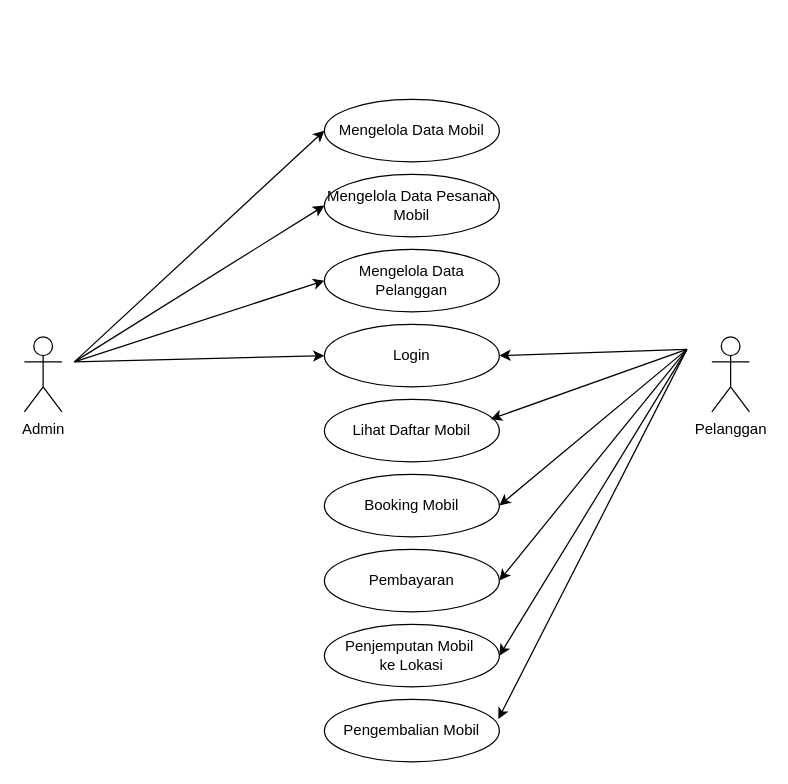
Before: Use Case Diagram.drawio in AstinaWahyuni/Proyek, a draw.io diagram. Source tidied: cells renumbered, new cells numbered last; positions are measured from the earlier drawing's top-left corner, leaving out a move shared by most shapes. Both pictures are drawn from the tidied source at 125%, with x=0, y=0 at pixel (24, 99).
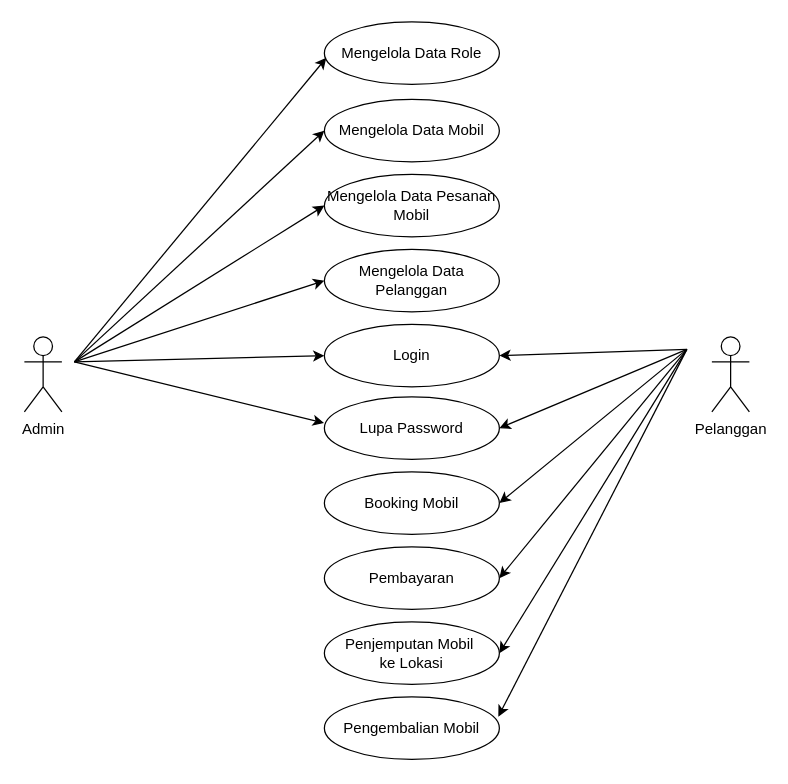
After the change.

Change to the diagram source:
```diff
@@
     <mxCell id="12" value="Booking Mobil" style="ellipse;whiteSpace=wrap;html=1;" parent="1" vertex="1">
-      <mxGeometry x="240" y="300" width="140" height="50" as="geometry" />
+      <mxGeometry x="240" y="298" width="140" height="50" as="geometry" />
     </mxCell>
     <mxCell id="13" value="Pembayaran" style="ellipse;whiteSpace=wrap;html=1;" parent="1" vertex="1">
-      <mxGeometry x="240" y="360" width="140" height="50" as="geometry" />
+      <mxGeometry x="240" y="358" width="140" height="50" as="geometry" />
     </mxCell>
@@
-    <mxCell id="15" value="Lihat Daftar Mobil" style="ellipse;whiteSpace=wrap;html=1;" parent="1" vertex="1">
-      <mxGeometry x="240" y="240" width="140" height="50" as="geometry" />
-    </mxCell>
-    <mxCell id="16" style="endArrow=none;html=1;rounded=0;startArrow=classic;startFill=1;exitX=0.951;exitY=0.316;exitDx=0;exitDy=0;exitPerimeter=0;" parent="1" edge="1" source="15">
-      <mxGeometry relative="1" as="geometry">
-        <mxPoint x="530" y="200" as="targetPoint" />
-      </mxGeometry>
-    </mxCell>
     <mxCell id="17" value="Penjemputan Mobil&amp;nbsp;&lt;div&gt;ke Lokasi&lt;/div&gt;" style="ellipse;whiteSpace=wrap;html=1;" parent="1" vertex="1">
-      <mxGeometry x="240" y="420" width="140" height="50" as="geometry" />
+      <mxGeometry x="240" y="418" width="140" height="50" as="geometry" />
     </mxCell>
     <mxCell id="18" value="Pengembalian Mobil" style="ellipse;whiteSpace=wrap;html=1;" parent="1" vertex="1">
-      <mxGeometry x="240" y="480" width="140" height="50" as="geometry" />
+      <mxGeometry x="240" y="478" width="140" height="50" as="geometry" />
     </mxCell>
@@
+    <mxCell id="23" value="Mengelola Data Role" style="ellipse;whiteSpace=wrap;html=1;" parent="1" vertex="1">
+      <mxGeometry x="240" y="-62" width="140" height="50" as="geometry" />
+    </mxCell>
+    <mxCell id="24" style="endArrow=classic;html=1;rounded=0;entryX=0.011;entryY=0.576;entryDx=0;entryDy=0;entryPerimeter=0;" parent="1" edge="1" target="23">
+      <mxGeometry relative="1" as="geometry">
+        <mxPoint x="40" y="210" as="sourcePoint" />
+      </mxGeometry>
+    </mxCell>
+    <mxCell id="25" value="Lupa Password" style="ellipse;whiteSpace=wrap;html=1;" parent="1" vertex="1">
+      <mxGeometry x="240" y="238" width="140" height="50" as="geometry" />
+    </mxCell>
+    <mxCell id="26" style="endArrow=classic;html=1;rounded=0;entryX=-0.002;entryY=0.418;entryDx=0;entryDy=0;entryPerimeter=0;" parent="1" edge="1" target="25">
+      <mxGeometry relative="1" as="geometry">
+        <mxPoint x="40" y="210" as="sourcePoint" />
+      </mxGeometry>
+    </mxCell>
+    <mxCell id="27" style="endArrow=none;html=1;rounded=0;startArrow=classic;startFill=1;exitX=1;exitY=0.5;exitDx=0;exitDy=0;" parent="1" edge="1" source="25">
+      <mxGeometry relative="1" as="geometry">
+        <mxPoint x="530" y="200" as="targetPoint" />
+      </mxGeometry>
+    </mxCell>
```
